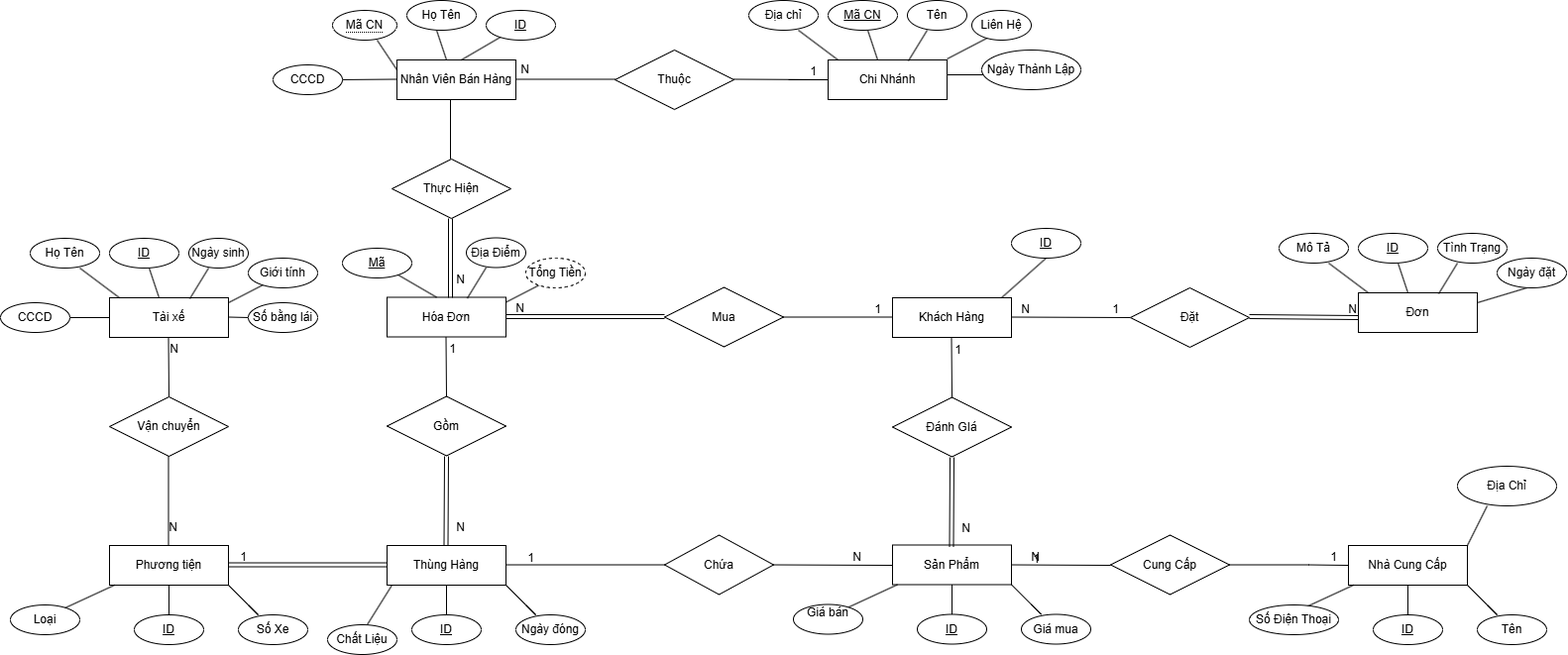
This is Biểu đồ không có tiêu đề.drawio.png from Dungnony/08-03, a draw.io export, as it was before one commit. Source tidied: cells renumbered, new cells last; positions are measured from the earlier drawing's top-left corner, leaving out a move shared by most shapes.
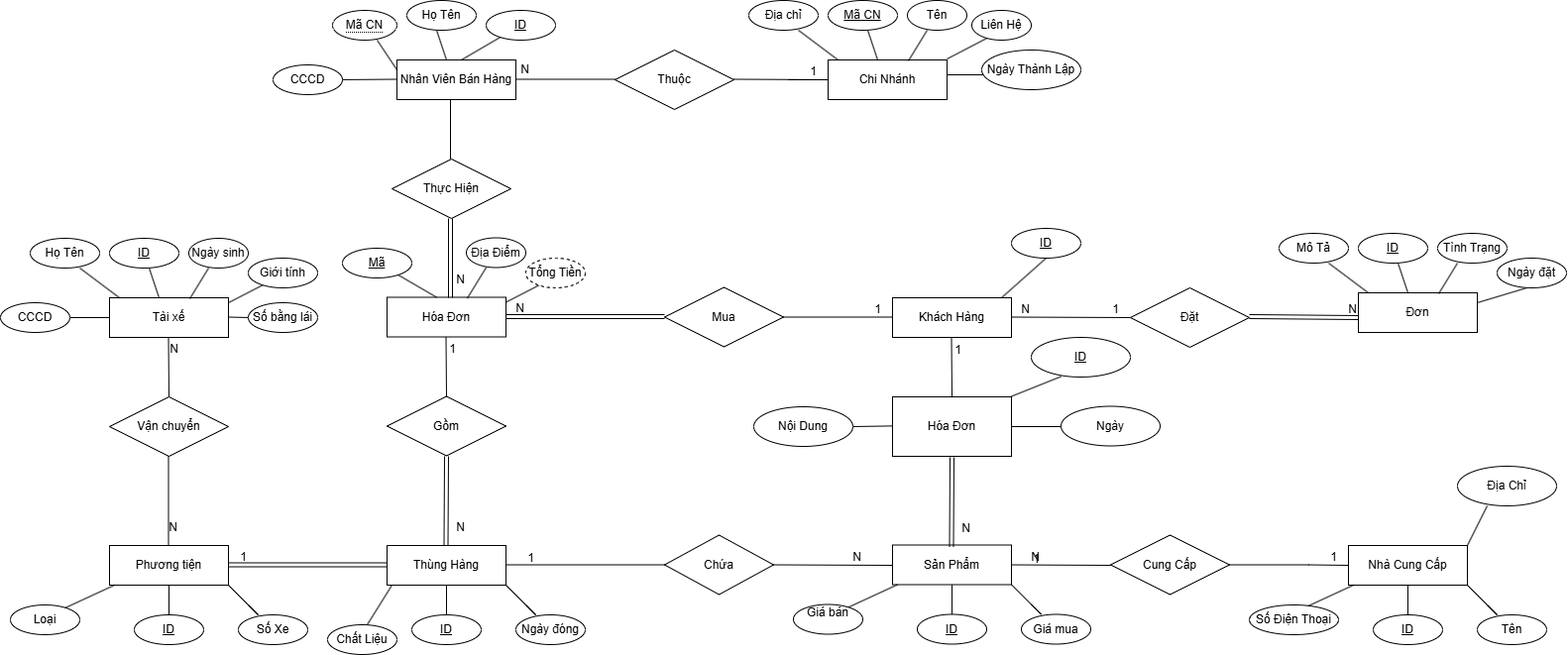
The same file after the commit.

Commit message:
Cập nhật Biểu đồ không có tiêu đề.drawio.png

The edit, as a diff of the source:
```diff
@@ -590,9 +590,6 @@
         <mxPoint x="11" y="20" as="offset" />
       </mxGeometry>
     </mxCell>
-    <mxCell id="133" value="Đánh GIá" style="shape=rhombus;perimeter=rhombusPerimeter;whiteSpace=wrap;html=1;align=center;" parent="1" vertex="1">
-      <mxGeometry x="900" y="400.5" width="120" height="60" as="geometry" />
-    </mxCell>
     <mxCell id="134" style="shape=link;html=1;rounded=0;" parent="1" edge="1">
       <mxGeometry relative="1" as="geometry">
         <mxPoint x="959.5" y="551" as="sourcePoint" />
@@ -607,5 +604,34 @@
     <mxCell id="136" value="N" style="html=1;whiteSpace=wrap;align=right;verticalAlign=bottom;" parent="1" vertex="1">
       <mxGeometry x="1040" y="320" as="geometry" />
     </mxCell>
+    <mxCell id="137" value="Hóa Đơn" style="rounded=0;whiteSpace=wrap;html=1;" parent="1" vertex="1">
+      <mxGeometry x="900" y="400" width="120" height="60" as="geometry" />
+    </mxCell>
+    <mxCell id="138" value="Ngày" style="ellipse;whiteSpace=wrap;html=1;align=center;rotation=0;" parent="1" vertex="1">
+      <mxGeometry x="1070" y="409.5" width="100" height="40" as="geometry" />
+    </mxCell>
+    <mxCell id="139" style="endArrow=none;html=1;rounded=0;" parent="1" edge="1">
+      <mxGeometry relative="1" as="geometry">
+        <mxPoint x="1020" y="430" as="sourcePoint" />
+        <mxPoint x="1070" y="430" as="targetPoint" />
+      </mxGeometry>
+    </mxCell>
+    <mxCell id="140" style="endArrow=none;html=1;rounded=0;" parent="1" edge="1">
+      <mxGeometry relative="1" as="geometry">
+        <mxPoint x="1020" y="399.5" as="sourcePoint" />
+        <mxPoint x="1070" y="379.5" as="targetPoint" />
+      </mxGeometry>
+    </mxCell>
+    <mxCell id="141" value="ID" style="ellipse;whiteSpace=wrap;html=1;align=center;fontStyle=4;" parent="1" vertex="1">
+      <mxGeometry x="1040" y="340" width="100" height="40" as="geometry" />
+    </mxCell>
+    <mxCell id="142" style="endArrow=none;html=1;rounded=0;" parent="1" edge="1" target="143">
+      <mxGeometry relative="1" as="geometry">
+        <mxPoint x="900" y="429.4" as="sourcePoint" />
+      </mxGeometry>
+    </mxCell>
+    <mxCell id="143" value="Nội Dung" style="ellipse;whiteSpace=wrap;html=1;align=center;" parent="1" vertex="1">
+      <mxGeometry x="760" y="410" width="100" height="40" as="geometry" />
+    </mxCell>
   </root>
 </mxGraphModel>
```
